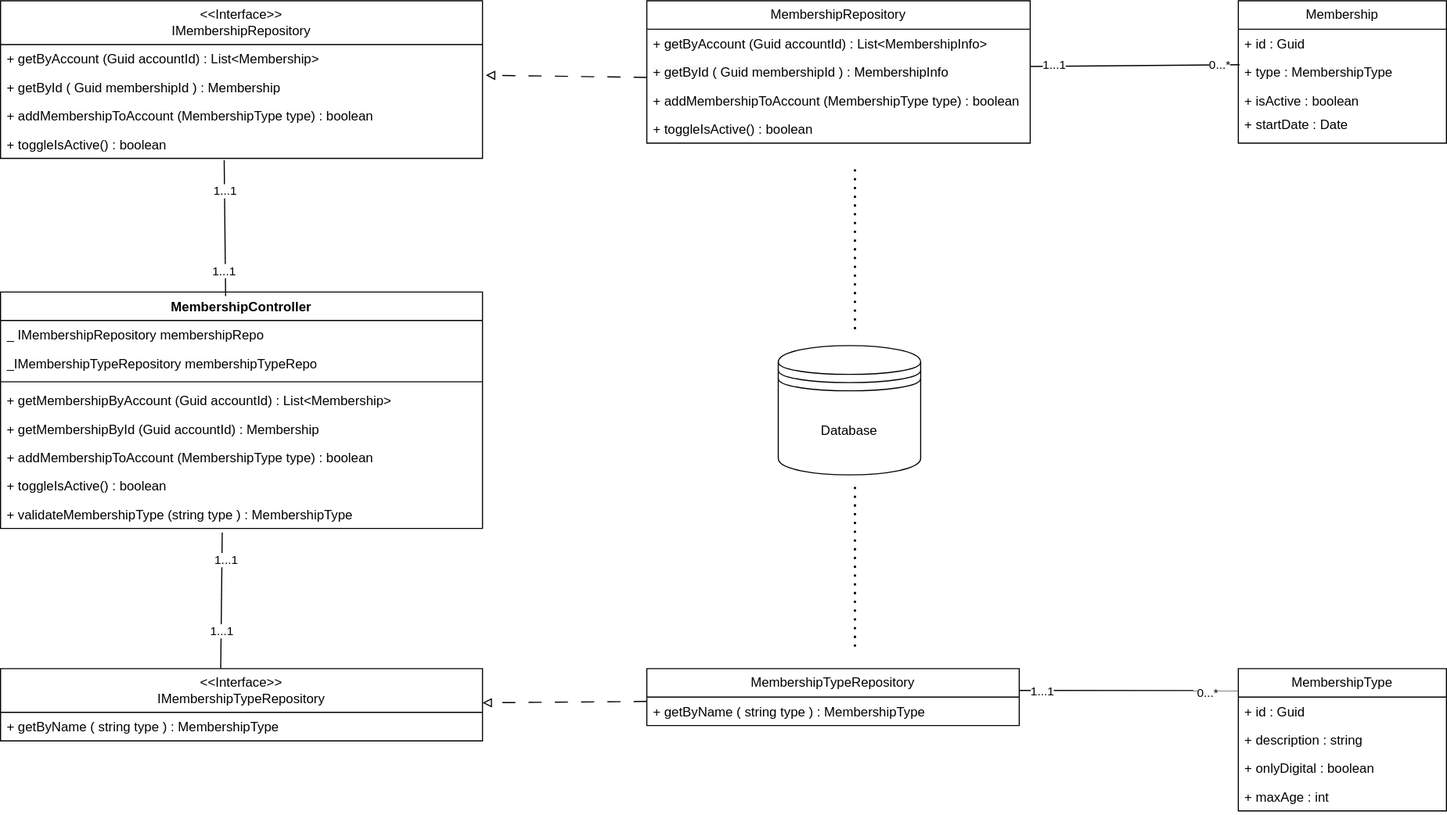
Earlier version of the draw.io export documents/Class Diagram/LD-class-diagrams/Abonnementbeheer_Class_Diagram.drawio.svg (pieter-groenendijk/oose-library-management-system). Source tidied: cells renumbered, new cells last; positions are measured from the earlier drawing's top-left corner, leaving out a move shared by most shapes.
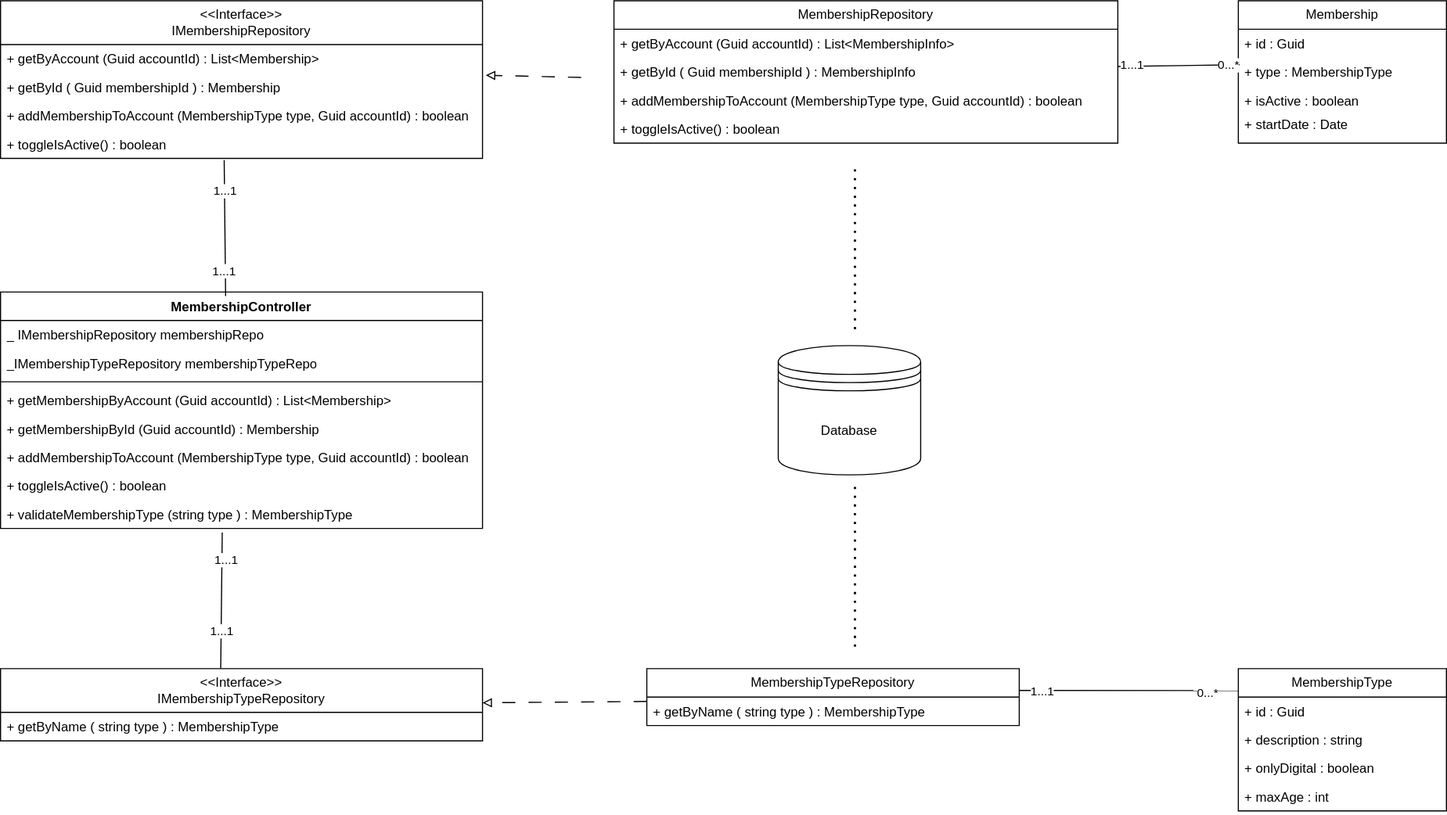
The same file after the commit.

Commit message:
added design sequence diagram

The edit, as a diff of the source:
```diff
@@ -11,7 +11,7 @@
     <mxCell id="4" value="&lt;span style=&quot;color: rgb(0, 0, 0); font-family: Helvetica; font-size: 12px; font-style: normal; font-variant-ligatures: normal; font-variant-caps: normal; font-weight: 400; letter-spacing: normal; orphans: 2; text-align: left; text-indent: 0px; text-transform: none; widows: 2; word-spacing: 0px; -webkit-text-stroke-width: 0px; white-space: normal; background-color: rgb(251, 251, 251); text-decoration-thickness: initial; text-decoration-style: initial; text-decoration-color: initial; display: inline !important; float: none;&quot;&gt;+ getById ( Guid membershipId ) : Membership&lt;/span&gt;&lt;div&gt;&lt;span style=&quot;color: rgb(0, 0, 0); font-family: Helvetica; font-size: 12px; font-style: normal; font-variant-ligatures: normal; font-variant-caps: normal; font-weight: 400; letter-spacing: normal; orphans: 2; text-align: left; text-indent: 0px; text-transform: none; widows: 2; word-spacing: 0px; -webkit-text-stroke-width: 0px; white-space: normal; background-color: rgb(251, 251, 251); text-decoration-thickness: initial; text-decoration-style: initial; text-decoration-color: initial; display: inline !important; float: none;&quot;&gt;&lt;br&gt;&lt;/span&gt;&lt;/div&gt;" style="text;strokeColor=none;fillColor=none;align=left;verticalAlign=top;spacingLeft=4;spacingRight=4;overflow=hidden;points=[[0,0.5],[1,0.5]];portConstraint=eastwest;whiteSpace=wrap;html=1;" parent="2" vertex="1">
       <mxGeometry y="66" width="440" height="26" as="geometry" />
     </mxCell>
-    <mxCell id="5" value="+ addMembershipToAccount (MembershipType type) : boolean" style="text;strokeColor=none;fillColor=none;align=left;verticalAlign=top;spacingLeft=4;spacingRight=4;overflow=hidden;whiteSpace=wrap;html=1;" parent="2" vertex="1">
+    <mxCell id="5" value="+ addMembershipToAccount (MembershipType type, Guid accountId) : boolean" style="text;strokeColor=none;fillColor=none;align=left;verticalAlign=top;spacingLeft=4;spacingRight=4;overflow=hidden;whiteSpace=wrap;html=1;" parent="2" vertex="1">
       <mxGeometry y="92" width="440" height="26" as="geometry" />
     </mxCell>
     <mxCell id="6" value="+ toggleIsActive() : boolean" style="text;strokeColor=none;fillColor=none;align=left;verticalAlign=top;spacingLeft=4;spacingRight=4;overflow=hidden;points=[[0,0.5],[1,0.5]];portConstraint=eastwest;whiteSpace=wrap;html=1;" parent="2" vertex="1">
@@ -24,24 +24,24 @@
       <mxGeometry y="40" width="440" height="26" as="geometry" />
     </mxCell>
     <mxCell id="9" value="MembershipRepository" style="swimlane;fontStyle=0;horizontal=1;startSize=26;fillColor=none;whiteSpace=wrap;html=1;" parent="1" vertex="1">
-      <mxGeometry x="590" width="350" height="130" as="geometry" />
+      <mxGeometry x="560" width="460" height="130" as="geometry" />
     </mxCell>
     <mxCell id="10" style="endArrow=block;html=1;rounded=0;entryX=1.007;entryY=0.077;entryDx=0;entryDy=0;entryPerimeter=0;dashed=1;dashPattern=12 12;endFill=0;" parent="9" edge="1" target="4">
       <mxGeometry relative="1" as="geometry">
-        <mxPoint y="70" as="sourcePoint" />
+        <mxPoint x="-30" y="70" as="sourcePoint" />
       </mxGeometry>
     </mxCell>
     <mxCell id="11" value="+ getByAccount (Guid accountId) : List&amp;lt;MembershipInfo&amp;gt;" style="text;strokeColor=none;fillColor=none;align=left;verticalAlign=top;spacingLeft=4;spacingRight=4;overflow=hidden;whiteSpace=wrap;html=1;" parent="9" vertex="1">
-      <mxGeometry y="26" width="350" height="26" as="geometry" />
+      <mxGeometry y="26" width="460" height="26" as="geometry" />
     </mxCell>
     <mxCell id="12" value="&lt;span style=&quot;forced-color-adjust: none; color: rgb(0, 0, 0); font-family: Helvetica; font-size: 12px; font-style: normal; font-variant-ligatures: normal; font-variant-caps: normal; font-weight: 400; letter-spacing: normal; orphans: 2; text-align: left; text-indent: 0px; text-transform: none; widows: 2; word-spacing: 0px; -webkit-text-stroke-width: 0px; white-space: normal; background-color: rgb(251, 251, 251); text-decoration-thickness: initial; text-decoration-style: initial; text-decoration-color: initial; float: none; display: inline !important;&quot;&gt;+ getById ( Guid membershipId ) : MembershipInfo&lt;/span&gt;&lt;div style=&quot;forced-color-adjust: none;&quot;&gt;&lt;br style=&quot;forced-color-adjust: none; color: rgb(0, 0, 0); font-family: Helvetica; font-size: 12px; font-style: normal; font-variant-ligatures: normal; font-variant-caps: normal; font-weight: 400; letter-spacing: normal; orphans: 2; text-align: left; text-indent: 0px; text-transform: none; widows: 2; word-spacing: 0px; -webkit-text-stroke-width: 0px; white-space: normal; background-color: rgb(251, 251, 251); text-decoration-thickness: initial; text-decoration-style: initial; text-decoration-color: initial;&quot;&gt;&lt;br&gt;&lt;br&gt;&lt;/div&gt;" style="text;strokeColor=none;fillColor=none;align=left;verticalAlign=top;spacingLeft=4;spacingRight=4;overflow=hidden;whiteSpace=wrap;html=1;" parent="9" vertex="1">
-      <mxGeometry y="52" width="350" height="26" as="geometry" />
+      <mxGeometry y="52" width="460" height="26" as="geometry" />
     </mxCell>
-    <mxCell id="13" value="+ addMembershipToAccount (MembershipType type) : boolean" style="text;strokeColor=none;fillColor=none;align=left;verticalAlign=top;spacingLeft=4;spacingRight=4;overflow=hidden;whiteSpace=wrap;html=1;" parent="9" vertex="1">
-      <mxGeometry y="78" width="350" height="26" as="geometry" />
+    <mxCell id="13" value="+ addMembershipToAccount (MembershipType type, Guid accountId) : boolean" style="text;strokeColor=none;fillColor=none;align=left;verticalAlign=top;spacingLeft=4;spacingRight=4;overflow=hidden;whiteSpace=wrap;html=1;" parent="9" vertex="1">
+      <mxGeometry y="78" width="460" height="26" as="geometry" />
     </mxCell>
     <mxCell id="14" value="+ toggleIsActive() : boolean" style="text;strokeColor=none;fillColor=none;align=left;verticalAlign=top;spacingLeft=4;spacingRight=4;overflow=hidden;whiteSpace=wrap;html=1;" parent="9" vertex="1">
-      <mxGeometry y="104" width="350" height="26" as="geometry" />
+      <mxGeometry y="104" width="460" height="26" as="geometry" />
     </mxCell>
     <mxCell id="15" value="MembershipTypeRepository" style="swimlane;fontStyle=0;horizontal=1;startSize=26;fillColor=none;whiteSpace=wrap;html=1;" parent="1" vertex="1">
       <mxGeometry x="590" y="610" width="340" height="52" as="geometry" />
@@ -100,7 +100,7 @@
     <mxCell id="33" value="+ getMembershipById (Guid accountId) : Membership" style="text;strokeColor=none;fillColor=none;align=left;verticalAlign=top;spacingLeft=4;spacingRight=4;overflow=hidden;whiteSpace=wrap;html=1;" parent="28" vertex="1">
       <mxGeometry y="112" width="440" height="26" as="geometry" />
     </mxCell>
-    <mxCell id="34" value="+ addMembershipToAccount (MembershipType type) : boolean" style="text;strokeColor=none;fillColor=none;align=left;verticalAlign=top;spacingLeft=4;spacingRight=4;overflow=hidden;whiteSpace=wrap;html=1;" parent="28" vertex="1">
+    <mxCell id="34" value="+ addMembershipToAccount (MembershipType type, Guid accountId) : boolean" style="text;strokeColor=none;fillColor=none;align=left;verticalAlign=top;spacingLeft=4;spacingRight=4;overflow=hidden;whiteSpace=wrap;html=1;" parent="28" vertex="1">
       <mxGeometry y="138" width="440" height="26" as="geometry" />
     </mxCell>
     <mxCell id="35" value="+ toggleIsActive() : boolean" style="text;strokeColor=none;fillColor=none;align=left;verticalAlign=top;spacingLeft=4;spacingRight=4;overflow=hidden;whiteSpace=wrap;html=1;" parent="28" vertex="1">
@@ -142,7 +142,7 @@
     </mxCell>
     <mxCell id="46" style="endArrow=none;html=1;rounded=0;entryX=0.006;entryY=0.246;entryDx=0;entryDy=0;entryPerimeter=0;" parent="1" edge="1" target="19">
       <mxGeometry relative="1" as="geometry">
-        <mxPoint x="940" y="60" as="sourcePoint" />
+        <mxPoint x="1020" y="60" as="sourcePoint" />
       </mxGeometry>
     </mxCell>
     <mxCell id="47" value="1...1" style="edgeLabel;html=1;align=center;verticalAlign=middle;" parent="46" vertex="1">
```
